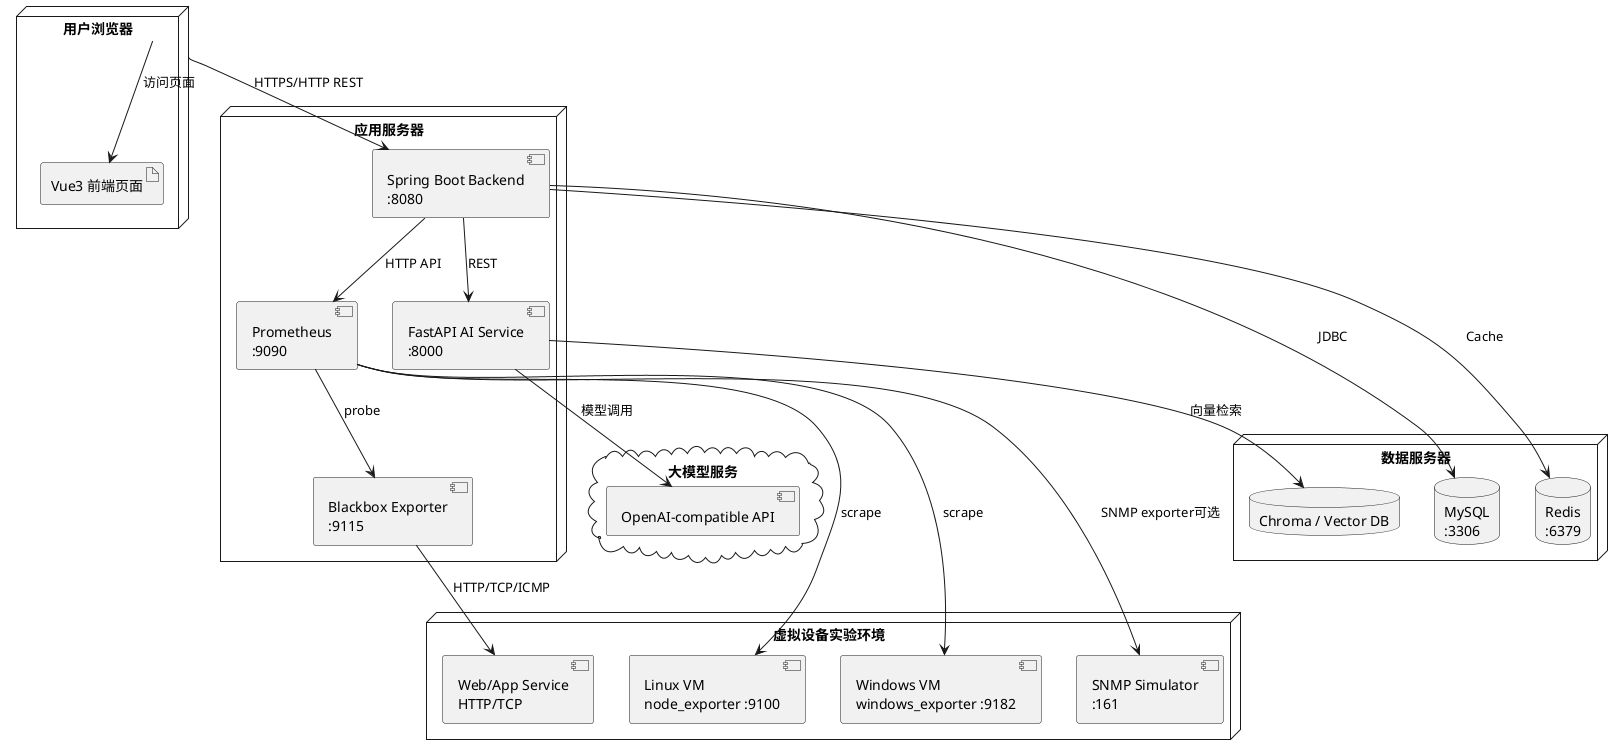
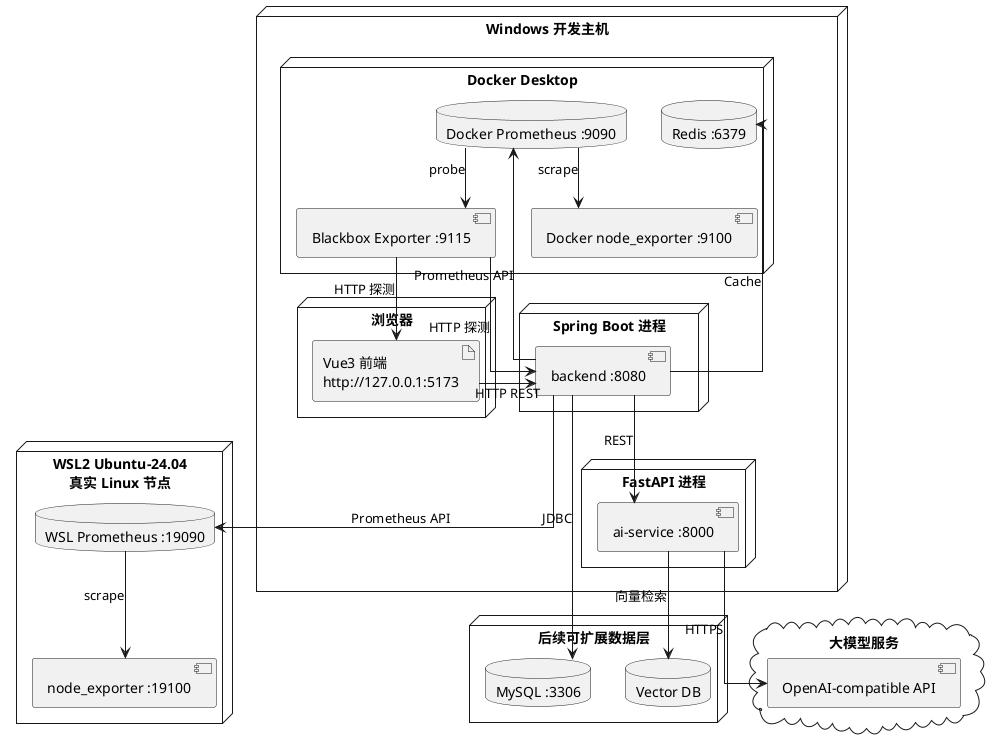
@startuml
- node "用户浏览器" {
-   artifact "Vue3 前端页面"
+ skinparam linetype ortho
+ 
+ node "Windows 开发主机" as Windows {
+   node "浏览器" {
+     artifact "Vue3 前端\nhttp://127.0.0.1:5173" as Vue
+   }
+ 
+   node "Spring Boot 进程" {
+     component "backend :8080" as Backend
+   }
+ 
+   node "FastAPI 进程" {
+     component "ai-service :8000" as AiService
+   }
+ 
+   node "Docker Desktop" {
+     database "Redis :6379" as Redis
+     database "Docker Prometheus :9090" as DockerProm
+     component "Blackbox Exporter :9115" as Blackbox
+     component "Docker node_exporter :9100" as DockerNode
+   }
}

- node "应用服务器" {
-   component "Spring Boot Backend\n:8080"
-   component "FastAPI AI Service\n:8000"
-   component "Prometheus\n:9090"
-   component "Blackbox Exporter\n:9115"
+ node "WSL2 Ubuntu-24.04\n真实 Linux 节点" as WSL {
+   component "node_exporter :19100" as WslNode
+   database "WSL Prometheus :19090" as WslProm
}

- node "数据服务器" {
-   database "MySQL\n:3306"
-   database "Redis\n:6379"
-   database "Chroma / Vector DB"
+ node "后续可扩展数据层" as DataLayer {
+   database "MySQL :3306" as MySQL
+   database "Vector DB" as VectorDB
}

- node "虚拟设备实验环境" {
-   component "Linux VM\nnode_exporter :9100"
-   component "Windows VM\nwindows_exporter :9182"
-   component "Web/App Service\nHTTP/TCP"
-   component "SNMP Simulator\n:161"
+ cloud "大模型服务" as LLM {
+   component "OpenAI-compatible API" as LLMAPI
}

- cloud "大模型服务" {
-   component "OpenAI-compatible API"
- }
+ Vue --> Backend : HTTP REST
+ Backend --> Redis : Cache
+ Backend --> DockerProm : Prometheus API
+ Backend --> WslProm : Prometheus API
+ Backend --> AiService : REST
+ Backend --> MySQL : JDBC
+ AiService --> VectorDB : 向量检索
+ AiService --> LLMAPI : HTTPS

- "用户浏览器" --> "Spring Boot Backend\n:8080" : HTTPS/HTTP REST
- "用户浏览器" --> "Vue3 前端页面" : 访问页面
- "Spring Boot Backend\n:8080" --> "MySQL\n:3306" : JDBC
- "Spring Boot Backend\n:8080" --> "Redis\n:6379" : Cache
- "Spring Boot Backend\n:8080" --> "FastAPI AI Service\n:8000" : REST
- "Spring Boot Backend\n:8080" --> "Prometheus\n:9090" : HTTP API
- "Prometheus\n:9090" --> "Linux VM\nnode_exporter :9100" : scrape
- "Prometheus\n:9090" --> "Windows VM\nwindows_exporter :9182" : scrape
- "Prometheus\n:9090" --> "Blackbox Exporter\n:9115" : probe
- "Blackbox Exporter\n:9115" --> "Web/App Service\nHTTP/TCP" : HTTP/TCP/ICMP
- "Prometheus\n:9090" --> "SNMP Simulator\n:161" : SNMP exporter可选
- "FastAPI AI Service\n:8000" --> "Chroma / Vector DB" : 向量检索
- "FastAPI AI Service\n:8000" --> "OpenAI-compatible API" : 模型调用
+ DockerProm --> DockerNode : scrape
+ DockerProm --> Blackbox : probe
+ Blackbox --> Backend : HTTP 探测
+ Blackbox --> Vue : HTTP 探测
+ 
+ WslProm --> WslNode : scrape
@enduml
